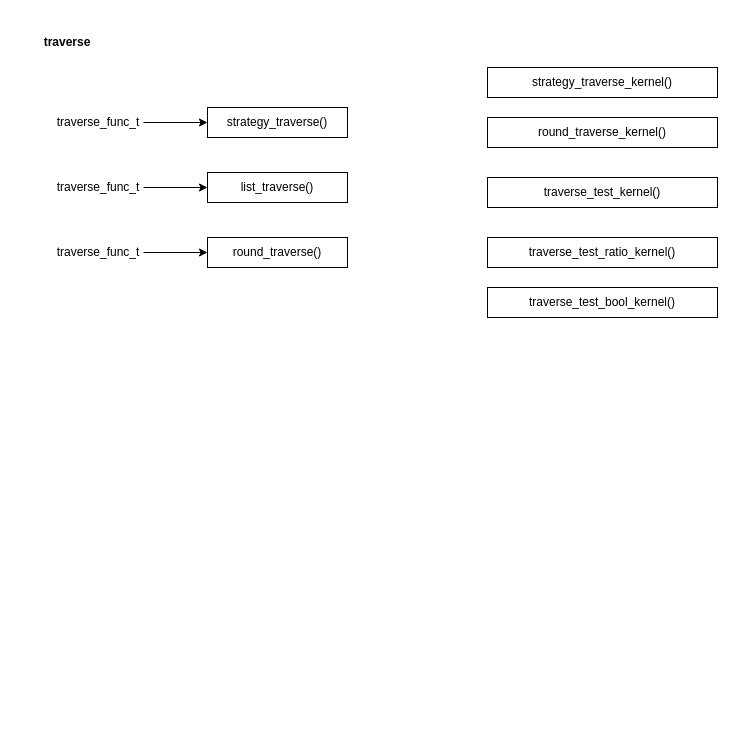
Above: traverse.drawio in w112/graph (draw.io), before the change. Source tidied: cells renumbered, new cells numbered last; positions are measured from the earlier drawing's top-left corner, leaving out a move shared by most shapes. Both pictures are drawn from the tidied source at 100%, with x=0, y=0 at pixel (17, 17).
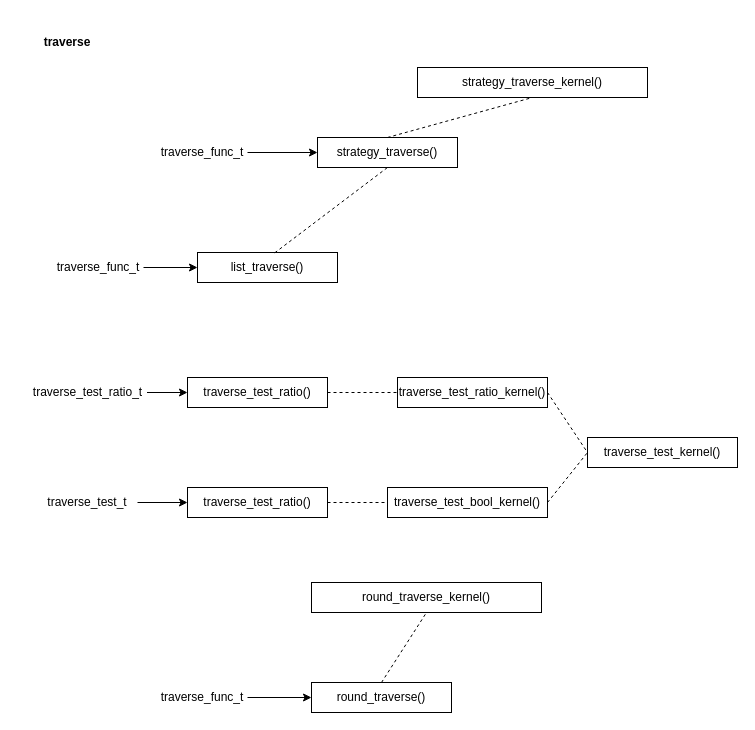
Above is the later version.

What changed in the source:
```diff
@@
     <mxCell id="3" value="traverse_func_t" style="text;html=1;strokeColor=none;fillColor=none;align=center;verticalAlign=middle;whiteSpace=wrap;rounded=0;" parent="1" vertex="1">
-      <mxGeometry x="36" y="95" width="90" height="20" as="geometry" />
+      <mxGeometry x="140" y="125" width="90" height="20" as="geometry" />
     </mxCell>
     <mxCell id="4" value="strategy_traverse_kernel()" style="rounded=0;whiteSpace=wrap;html=1;" parent="1" vertex="1">
-      <mxGeometry x="470" y="50" width="230" height="30" as="geometry" />
+      <mxGeometry x="400" y="50" width="230" height="30" as="geometry" />
     </mxCell>
     <mxCell id="5" value="strategy_traverse()" style="rounded=0;whiteSpace=wrap;html=1;" parent="1" vertex="1">
-      <mxGeometry x="190" y="90" width="140" height="30" as="geometry" />
+      <mxGeometry x="300" y="120" width="140" height="30" as="geometry" />
     </mxCell>
     <mxCell id="6" value="list_traverse()" style="rounded=0;whiteSpace=wrap;html=1;" parent="1" vertex="1">
-      <mxGeometry x="190" y="155" width="140" height="30" as="geometry" />
+      <mxGeometry x="180" y="235" width="140" height="30" as="geometry" />
     </mxCell>
@@
     <mxCell id="8" value="traverse_func_t" style="text;html=1;strokeColor=none;fillColor=none;align=center;verticalAlign=middle;whiteSpace=wrap;rounded=0;" parent="1" vertex="1">
-      <mxGeometry x="36" y="160" width="90" height="20" as="geometry" />
+      <mxGeometry x="36" y="240" width="90" height="20" as="geometry" />
     </mxCell>
@@
     <mxCell id="10" value="round_traverse_kernel()" style="rounded=0;whiteSpace=wrap;html=1;" parent="1" vertex="1">
-      <mxGeometry x="470" y="100" width="230" height="30" as="geometry" />
+      <mxGeometry x="294" y="565" width="230" height="30" as="geometry" />
     </mxCell>
     <mxCell id="11" value="round_traverse()" style="rounded=0;whiteSpace=wrap;html=1;" parent="1" vertex="1">
-      <mxGeometry x="190" y="220" width="140" height="30" as="geometry" />
+      <mxGeometry x="294" y="665" width="140" height="30" as="geometry" />
     </mxCell>
     <mxCell id="12" value="traverse_func_t" style="text;html=1;strokeColor=none;fillColor=none;align=center;verticalAlign=middle;whiteSpace=wrap;rounded=0;" parent="1" vertex="1">
-      <mxGeometry x="36" y="225" width="90" height="20" as="geometry" />
+      <mxGeometry x="140" y="670" width="90" height="20" as="geometry" />
     </mxCell>
@@
     <mxCell id="14" value="traverse_test_kernel()" style="rounded=0;whiteSpace=wrap;html=1;" parent="1" vertex="1">
-      <mxGeometry x="470" y="160" width="230" height="30" as="geometry" />
+      <mxGeometry x="570" y="420" width="150" height="30" as="geometry" />
     </mxCell>
     <mxCell id="15" value="traverse_test_ratio_kernel()" style="rounded=0;whiteSpace=wrap;html=1;" parent="1" vertex="1">
-      <mxGeometry x="470" y="220" width="230" height="30" as="geometry" />
+      <mxGeometry x="380" y="360" width="150" height="30" as="geometry" />
     </mxCell>
     <mxCell id="16" value="traverse_test_bool_kernel()" style="rounded=0;whiteSpace=wrap;html=1;" parent="1" vertex="1">
-      <mxGeometry x="470" y="270" width="230" height="30" as="geometry" />
+      <mxGeometry x="370" y="470" width="160" height="30" as="geometry" />
     </mxCell>
+    <mxCell id="17" style="endArrow=none;dashed=1;html=1;exitX=0.552;exitY=0.01;exitDx=0;exitDy=0;exitPerimeter=0;entryX=0.5;entryY=1;entryDx=0;entryDy=0;" parent="1" edge="1" source="6" target="5">
+      <mxGeometry relative="1" as="geometry" />
+    </mxCell>
+    <mxCell id="18" style="endArrow=none;dashed=1;html=1;exitX=0.5;exitY=0;exitDx=0;exitDy=0;entryX=0.5;entryY=1;entryDx=0;entryDy=0;" parent="1" edge="1" source="5" target="4">
+      <mxGeometry relative="1" as="geometry" />
+    </mxCell>
+    <mxCell id="19" style="endArrow=none;dashed=1;html=1;exitX=0.5;exitY=0;exitDx=0;exitDy=0;entryX=0.5;entryY=1;entryDx=0;entryDy=0;" parent="1" edge="1" source="11" target="10">
+      <mxGeometry relative="1" as="geometry" />
+    </mxCell>
+    <mxCell id="20" style="endArrow=none;dashed=1;html=1;exitX=1;exitY=0.5;exitDx=0;exitDy=0;entryX=0;entryY=0.5;entryDx=0;entryDy=0;" parent="1" edge="1" source="15" target="14">
+      <mxGeometry relative="1" as="geometry" />
+    </mxCell>
+    <mxCell id="21" style="endArrow=none;dashed=1;html=1;exitX=1;exitY=0.5;exitDx=0;exitDy=0;entryX=0;entryY=0.5;entryDx=0;entryDy=0;" parent="1" edge="1" source="16" target="14">
+      <mxGeometry relative="1" as="geometry" />
+    </mxCell>
+    <mxCell id="22" value="traverse_test_ratio()" style="rounded=0;whiteSpace=wrap;html=1;" parent="1" vertex="1">
+      <mxGeometry x="170" y="360" width="140" height="30" as="geometry" />
+    </mxCell>
+    <mxCell id="23" style="endArrow=none;dashed=1;html=1;exitX=1;exitY=0.5;exitDx=0;exitDy=0;entryX=0;entryY=0.5;entryDx=0;entryDy=0;strokeColor=#000000;shadow=0;" parent="1" edge="1" source="22" target="15">
+      <mxGeometry relative="1" as="geometry" />
+    </mxCell>
+    <mxCell id="24" style="edgeStyle=orthogonalEdgeStyle;rounded=0;jettySize=auto;html=1;entryX=0;entryY=0.5;entryDx=0;entryDy=0;shadow=0;strokeColor=#000000;" parent="1" edge="1" source="25" target="22">
+      <mxGeometry relative="1" as="geometry" />
+    </mxCell>
+    <mxCell id="25" value="traverse_test_ratio_t" style="text;html=1;strokeColor=none;fillColor=none;align=center;verticalAlign=middle;whiteSpace=wrap;rounded=0;" parent="1" vertex="1">
+      <mxGeometry x="10.5" y="365" width="119" height="20" as="geometry" />
+    </mxCell>
+    <mxCell id="26" value="traverse_test_ratio()" style="rounded=0;whiteSpace=wrap;html=1;" parent="1" vertex="1">
+      <mxGeometry x="170" y="470" width="140" height="30" as="geometry" />
+    </mxCell>
+    <mxCell id="27" style="endArrow=none;dashed=1;html=1;shadow=0;strokeColor=#000000;exitX=1;exitY=0.5;exitDx=0;exitDy=0;entryX=0;entryY=0.5;entryDx=0;entryDy=0;" parent="1" edge="1" source="26" target="16">
+      <mxGeometry relative="1" as="geometry" />
+    </mxCell>
+    <mxCell id="28" style="edgeStyle=orthogonalEdgeStyle;rounded=0;jettySize=auto;html=1;entryX=0;entryY=0.5;entryDx=0;entryDy=0;shadow=0;strokeColor=#000000;" parent="1" edge="1" source="29" target="26">
+      <mxGeometry relative="1" as="geometry" />
+    </mxCell>
+    <mxCell id="29" value="traverse_test_t" style="text;html=1;strokeColor=none;fillColor=none;align=center;verticalAlign=middle;whiteSpace=wrap;rounded=0;" parent="1" vertex="1">
+      <mxGeometry x="20" y="475" width="100" height="20" as="geometry" />
+    </mxCell>
```
